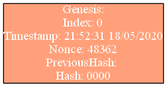
Before: Blockchain.png, a diagram exported from Graphviz (juanpaestrada20/EDD_PY2_201800709). Its source is kept beside it as Blockchain.dot.
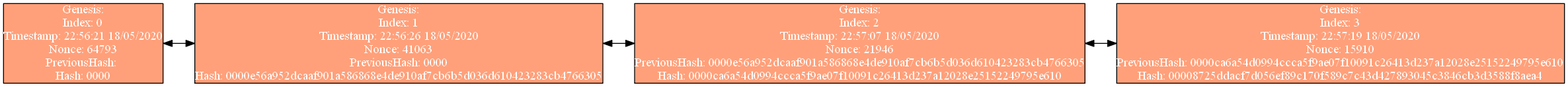
After the change.

What changed in the source:
```diff
@@ -1,5 +1,11 @@
 digraph g{
 rankdir=LR;
 node [margin=0 shape=box fillcolor=lightsalmon fontcolor=white style=filled];
-0[label="Genesis:\nIndex: 0\nTimestamp: 21:52:31 18/05/2020\nNonce: 48362\nPreviousHash: \nHash: 0000"];
+0[label="Genesis:\nIndex: 0\nTimestamp: 22:56:21 18/05/2020\nNonce: 64793\nPreviousHash: \nHash: 0000"];
+1[label="Genesis:\nIndex: 1\nTimestamp: 22:56:26 18/05/2020\nNonce: 41063\nPreviousHash: 0000\nHash: 0000e56a952dcaaf901a586868e4de910af7cb6b5d036d610423283cb4766305"];
+2[label="Genesis:\nIndex: 2\nTimestamp: 22:57:07 18/05/2020\nNonce: 21946\nPreviousHash: 0000e56a952dcaaf901a586868e4de910af7cb6b5d036d610423283cb4766305\nHash: 0000ca6a54d0994ccca5f9ae07f10091c26413d237a12028e25152249795e610"];
+3[label="Genesis:\nIndex: 3\nTimestamp: 22:57:19 18/05/2020\nNonce: 15910\nPreviousHash: 0000ca6a54d0994ccca5f9ae07f10091c26413d237a12028e25152249795e610\nHash: 00008725ddacf7d056ef89c170f589c7c43d427893045c3846cb3d3588f8aea4"];
+0->1[dir=both];
+1->2[dir=both];
+2->3[dir=both];
 }
```
